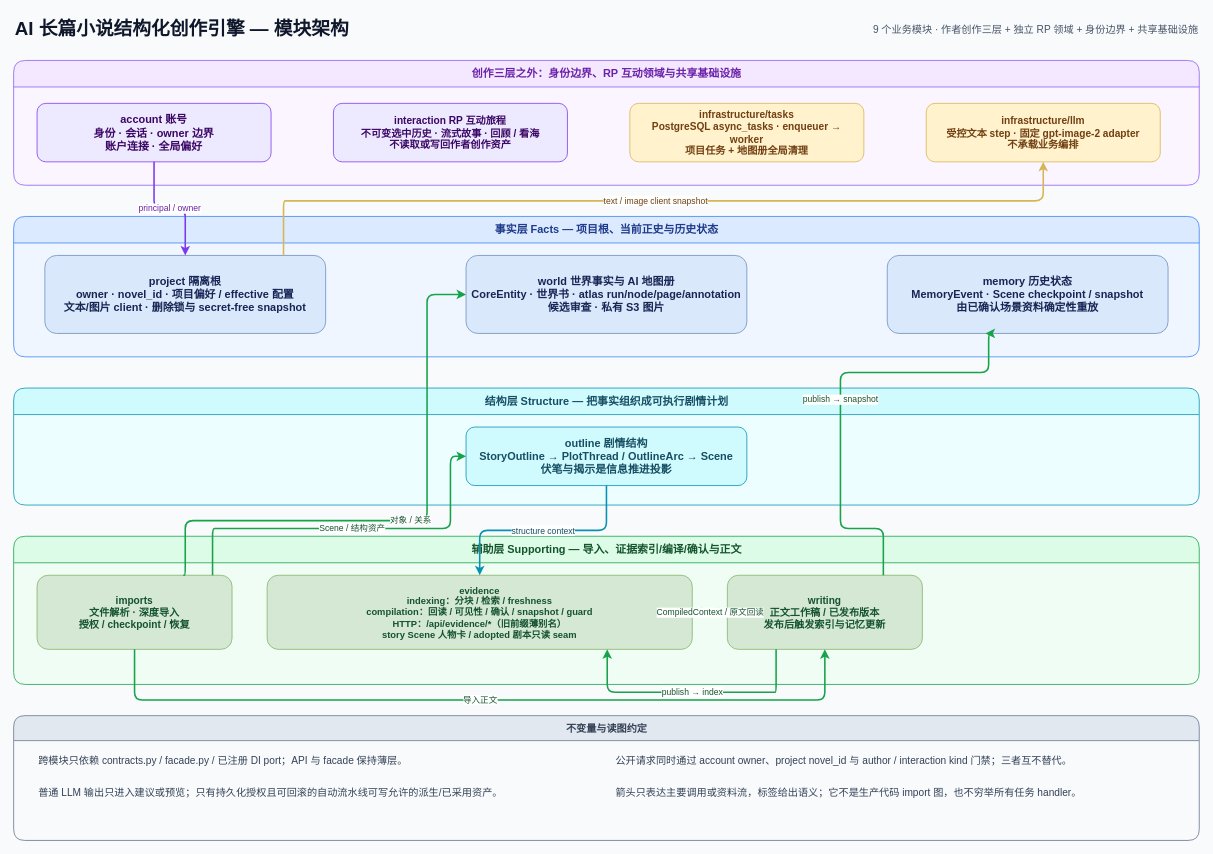
Earlier version of the draw.io diagram docs/architecture/module-architecture.drawio (FengHuoLinShan/ai-writing-assist). Source tidied: cells renumbered, new cells numbered last; positions are measured from the earlier drawing's top-left corner, leaving out a move shared by most shapes. Both pictures are drawn from the tidied source at 78%, with x=0, y=0 at pixel (13, 13).
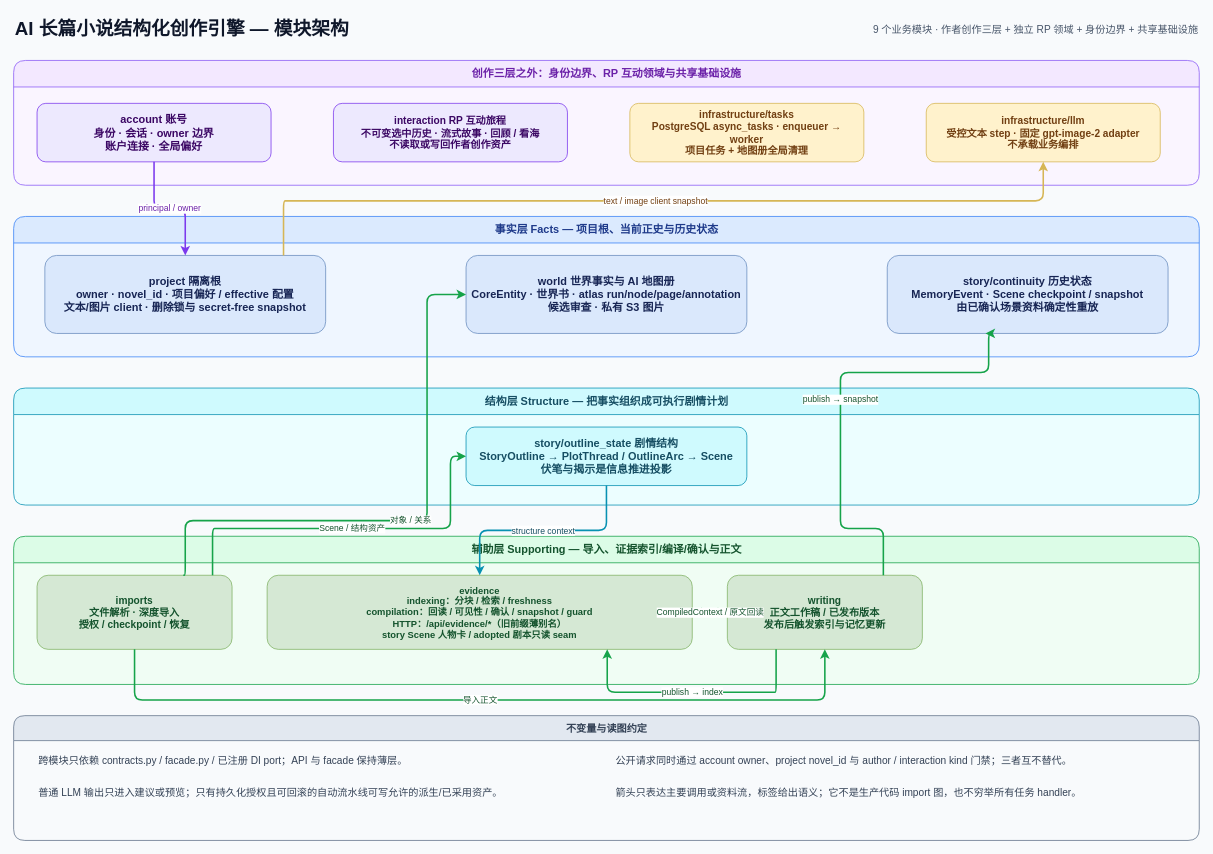
The same diagram, later.

Unchanged cells that the change refers to:
```xml
<mxCell id="9" value="事实层 Facts — 项目根、当前正史与历史状态" style="swimlane;startSize=34;horizontal=1;rounded=1;html=1;fillColor=#dbeafe;swimlaneFillColor=#eff6ff;strokeColor=#3b82f6;fontColor=#1e3a8a;fontSize=14;fontStyle=1;" parent="1" vertex="1">
  <mxGeometry y="260" width="1520" height="180" as="geometry" />
</mxCell>
<mxCell id="13" value="结构层 Structure — 把事实组织成可执行剧情计划" style="swimlane;startSize=34;horizontal=1;rounded=1;html=1;fillColor=#cffafe;swimlaneFillColor=#ecfeff;strokeColor=#0891b2;fontColor=#164e63;fontSize=14;fontStyle=1;" parent="1" vertex="1">
  <mxGeometry y="480" width="1520" height="150" as="geometry" />
</mxCell>
```

Change to the diagram source:
```diff
@@
-    <mxCell id="12" value="memory 历史状态&#10;MemoryEvent · Scene checkpoint / snapshot&#10;由已确认场景资料确定性重放" style="rounded=1;whiteSpace=wrap;html=1;fillColor=#dae8fc;strokeColor=#6c8ebf;fontColor=#172554;fontSize=14;fontStyle=1;spacing=8;" parent="9" vertex="1">
+    <mxCell id="12" value="story/continuity 历史状态&#10;MemoryEvent · Scene checkpoint / snapshot&#10;由已确认场景资料确定性重放" style="rounded=1;whiteSpace=wrap;html=1;fillColor=#dae8fc;strokeColor=#6c8ebf;fontColor=#172554;fontSize=14;fontStyle=1;spacing=8;" parent="9" vertex="1">
       <mxGeometry x="1120" y="50" width="360" height="100" as="geometry" />
     </mxCell>
@@
-    <mxCell id="14" value="outline 剧情结构&#10;StoryOutline → PlotThread / OutlineArc → Scene&#10;伏笔与揭示是信息推进投影" style="rounded=1;whiteSpace=wrap;html=1;fillColor=#cffafe;strokeColor=#0891b2;fontColor=#164e63;fontSize=14;fontStyle=1;spacing=8;" parent="13" vertex="1">
+    <mxCell id="14" value="story/outline_state 剧情结构&#10;StoryOutline → PlotThread / OutlineArc → Scene&#10;伏笔与揭示是信息推进投影" style="rounded=1;whiteSpace=wrap;html=1;fillColor=#cffafe;strokeColor=#0891b2;fontColor=#164e63;fontSize=14;fontStyle=1;spacing=8;" parent="13" vertex="1">
       <mxGeometry x="580" y="50" width="360" height="75" as="geometry" />
     </mxCell>
```
